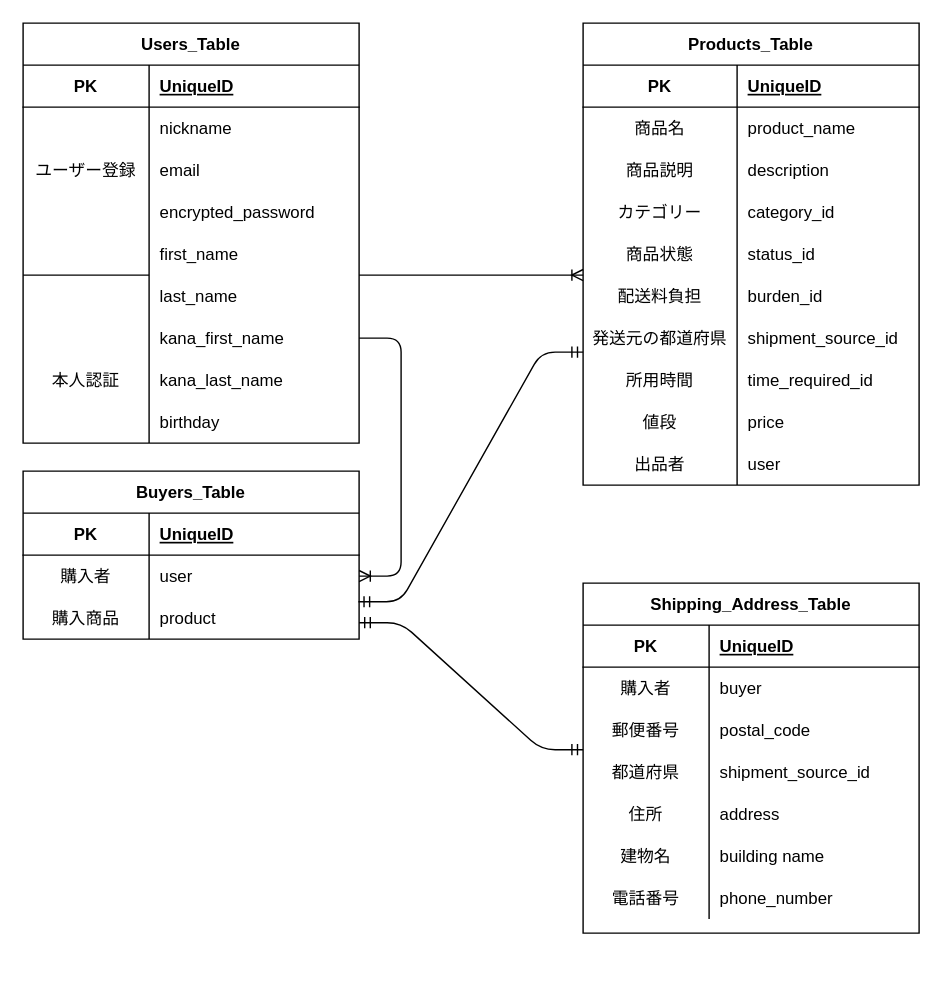
The draw.io diagram furima-35965.dio in naoyanman-hashimoto/furima-35965, before the edit. Source tidied: cells renumbered, new cells numbered last; positions are measured from the earlier drawing's top-left corner, leaving out a move shared by most shapes. Both pictures are drawn from the tidied source at 140%, with x=0, y=0 at pixel (22, 22).
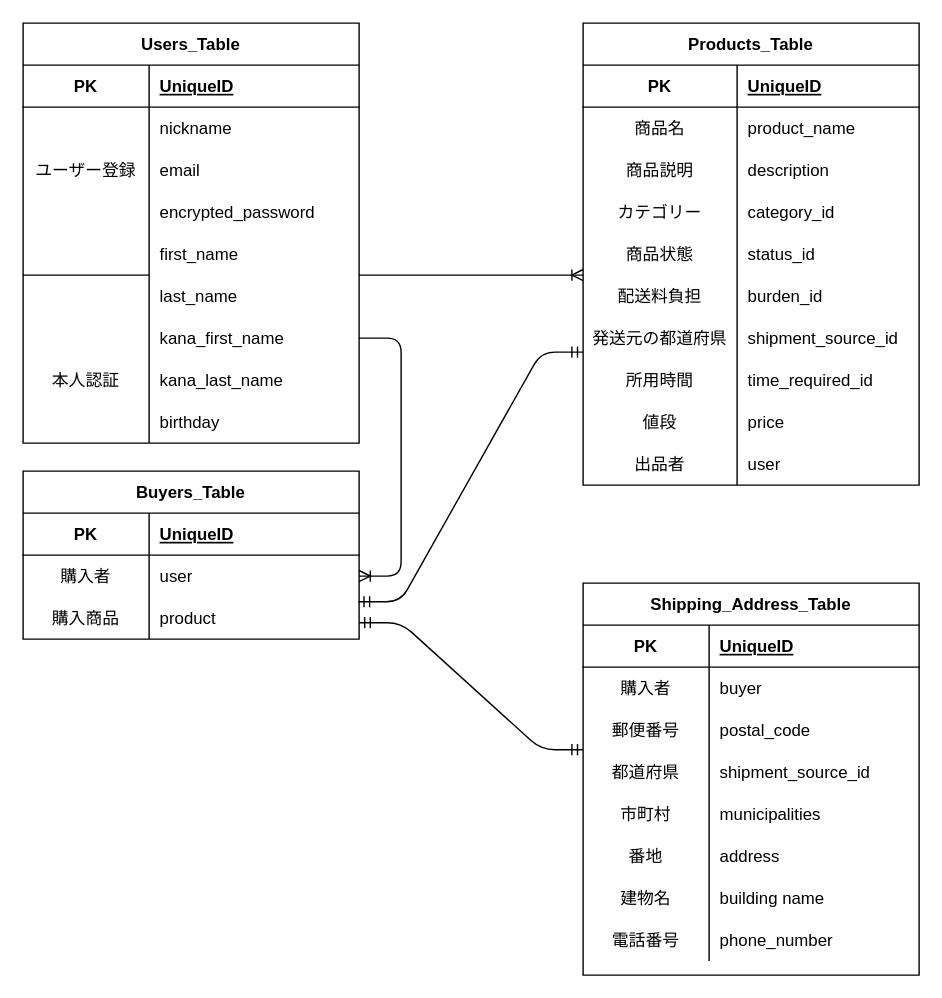
The same diagram, later.

Commit message (it also covers changes not shown here):
READMEとRE図の修正(3_市町村と番地の細分化)

What changed in the source:
```diff
@@
     <mxCell id="75" value="Shipping_Address_Table" style="shape=table;startSize=30;childLayout=tableLayout;rowLines=0;fontStyle=1;align=center;" parent="1" vertex="1">
-      <mxGeometry x="400" y="400" width="240" height="250" as="geometry" />
+      <mxGeometry x="400" y="400" width="240" height="280" as="geometry" />
     </mxCell>
@@
+    <mxCell id="98" style="shape=partialRectangle;fillColor=none;top=0;left=0;bottom=0;right=0;" parent="75" vertex="1">
+      <mxGeometry y="150" width="240" height="30" as="geometry" />
+    </mxCell>
+    <mxCell id="99" value="市町村" style="shape=partialRectangle;fillColor=none;top=0;left=0;bottom=0;right=0;overflow=hidden;" parent="98" vertex="1">
+      <mxGeometry width="90" height="30" as="geometry" />
+    </mxCell>
+    <mxCell id="100" value="municipalities" style="shape=partialRectangle;fillColor=none;top=0;left=0;bottom=0;right=0;align=left;spacingLeft=6;overflow=hidden;" parent="98" vertex="1">
+      <mxGeometry x="90" width="150" height="30" as="geometry" />
+    </mxCell>
     <mxCell id="88" style="shape=partialRectangle;fillColor=none;top=0;left=0;bottom=0;right=0;" parent="75" vertex="1">
-      <mxGeometry y="150" width="240" height="30" as="geometry" />
+      <mxGeometry y="180" width="240" height="30" as="geometry" />
     </mxCell>
-    <mxCell id="89" value="住所" style="shape=partialRectangle;fillColor=none;top=0;left=0;bottom=0;right=0;overflow=hidden;" parent="88" vertex="1">
+    <mxCell id="89" value="番地" style="shape=partialRectangle;fillColor=none;top=0;left=0;bottom=0;right=0;overflow=hidden;" parent="88" vertex="1">
       <mxGeometry width="90" height="30" as="geometry" />
     </mxCell>
@@
     <mxCell id="91" style="shape=partialRectangle;fillColor=none;top=0;left=0;bottom=0;right=0;" parent="75" vertex="1">
-      <mxGeometry y="180" width="240" height="30" as="geometry" />
+      <mxGeometry y="210" width="240" height="30" as="geometry" />
     </mxCell>
@@
     <mxCell id="94" style="shape=partialRectangle;fillColor=none;top=0;left=0;bottom=0;right=0;" parent="75" vertex="1">
-      <mxGeometry y="210" width="240" height="30" as="geometry" />
+      <mxGeometry y="240" width="240" height="30" as="geometry" />
     </mxCell>
```
